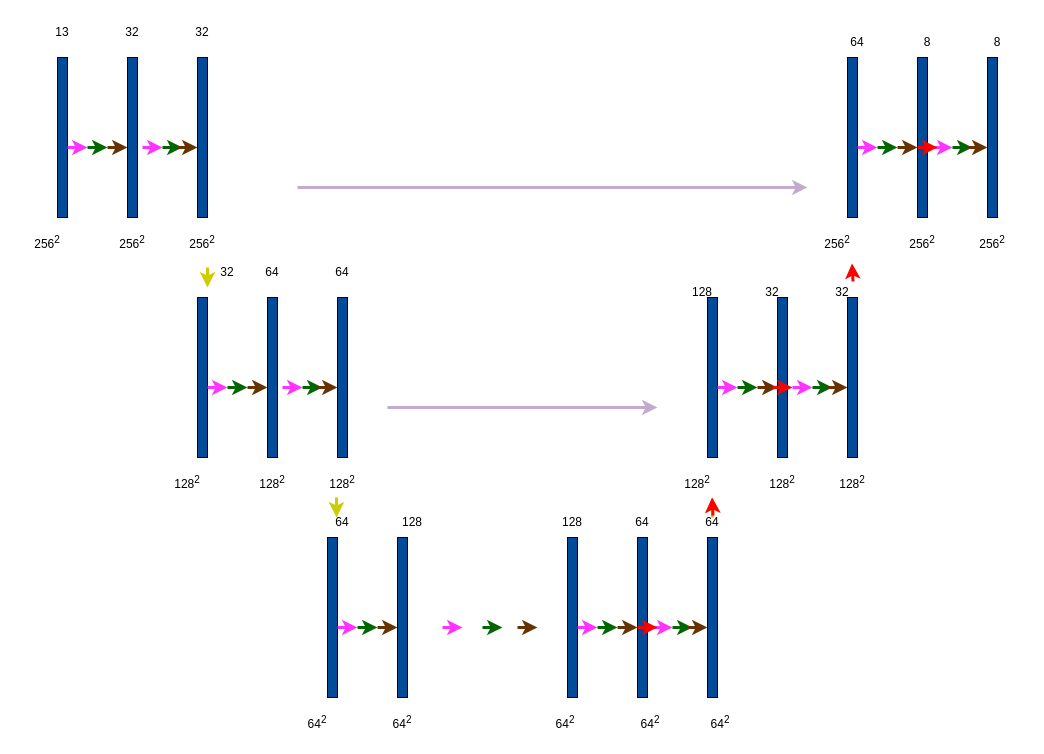
Above: Untitled Diagram.drawio in kkalkidan/landcovernet (draw.io), before the change. Source tidied: cells renumbered, new cells numbered last; positions are measured from the earlier drawing's top-left corner, leaving out a move shared by most shapes. Both pictures are drawn from the tidied source at 100%, with x=0, y=0 at pixel (17, 17).
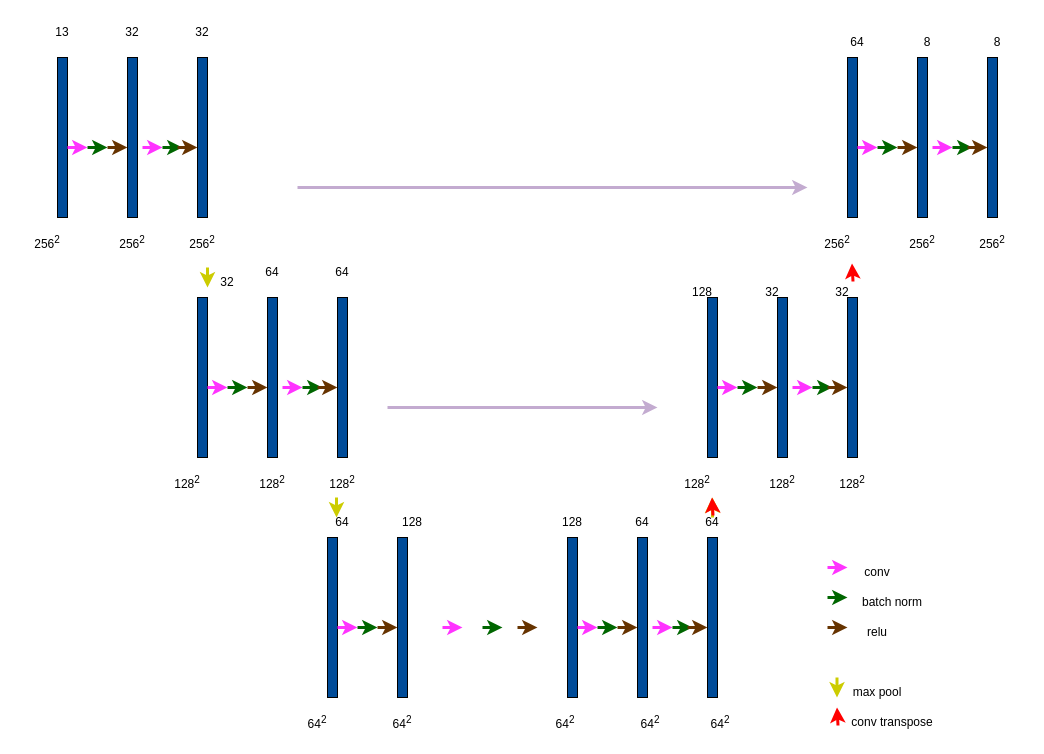
The same page after the edit.

The edit, as a diff of the source:
```diff
@@
     <mxCell id="72" value="32" style="text;html=1;strokeColor=none;fillColor=none;align=center;verticalAlign=middle;whiteSpace=wrap;rounded=0;" parent="1" vertex="1">
-      <mxGeometry x="180" y="240" width="60" height="30" as="geometry" />
+      <mxGeometry x="180" y="250" width="60" height="30" as="geometry" />
     </mxCell>
@@
-    <mxCell id="77" style="html=1;rounded=0;strokeColor=#FF0000;strokeWidth=3;fillColor=#00FF00;" parent="1" edge="1">
-      <mxGeometry relative="1" as="geometry">
-        <mxPoint x="755" y="370" as="sourcePoint" />
-        <mxPoint x="775" y="370" as="targetPoint" />
-      </mxGeometry>
-    </mxCell>
@@
-    <mxCell id="80" style="html=1;rounded=0;strokeColor=#FF0000;strokeWidth=3;fillColor=#00FF00;" parent="1" edge="1">
-      <mxGeometry relative="1" as="geometry">
-        <mxPoint x="900" y="130" as="sourcePoint" />
-        <mxPoint x="920" y="130" as="targetPoint" />
-      </mxGeometry>
-    </mxCell>
-    <mxCell id="81" style="html=1;rounded=0;strokeColor=#FF0000;strokeWidth=3;fillColor=#00FF00;" parent="1" edge="1">
-      <mxGeometry relative="1" as="geometry">
-        <mxPoint x="620" y="610" as="sourcePoint" />
-        <mxPoint x="640" y="610" as="targetPoint" />
-      </mxGeometry>
-    </mxCell>
@@
+    <mxCell id="99" style="html=1;rounded=0;strokeColor=#FF33FF;strokeWidth=3;fillColor=#00FF00;" parent="1" edge="1">
+      <mxGeometry relative="1" as="geometry">
+        <mxPoint x="810" y="550" as="sourcePoint" />
+        <mxPoint x="830" y="550" as="targetPoint" />
+      </mxGeometry>
+    </mxCell>
+    <mxCell id="100" style="html=1;rounded=0;strokeColor=#006600;strokeWidth=3;fillColor=#00FF00;" parent="1" edge="1">
+      <mxGeometry relative="1" as="geometry">
+        <mxPoint x="810" y="580" as="sourcePoint" />
+        <mxPoint x="830" y="580" as="targetPoint" />
+      </mxGeometry>
+    </mxCell>
+    <mxCell id="101" style="html=1;rounded=0;strokeColor=#663300;strokeWidth=3;fillColor=#00FF00;" parent="1" edge="1">
+      <mxGeometry relative="1" as="geometry">
+        <mxPoint x="810" y="610" as="sourcePoint" />
+        <mxPoint x="830" y="610" as="targetPoint" />
+      </mxGeometry>
+    </mxCell>
+    <mxCell id="102" style="html=1;rounded=0;strokeColor=#CCCC00;strokeWidth=3;fillColor=#00FF00;" parent="1" edge="1">
+      <mxGeometry relative="1" as="geometry">
+        <mxPoint x="819.5" y="660" as="sourcePoint" />
+        <mxPoint x="819.5" y="680" as="targetPoint" />
+      </mxGeometry>
+    </mxCell>
+    <mxCell id="103" value="conv" style="text;html=1;strokeColor=none;fillColor=none;align=center;verticalAlign=middle;whiteSpace=wrap;rounded=0;" parent="1" vertex="1">
+      <mxGeometry x="830" y="540" width="60" height="30" as="geometry" />
+    </mxCell>
+    <mxCell id="104" value="batch norm" style="text;html=1;strokeColor=none;fillColor=none;align=center;verticalAlign=middle;whiteSpace=wrap;rounded=0;" parent="1" vertex="1">
+      <mxGeometry x="830" y="570" width="90" height="30" as="geometry" />
+    </mxCell>
+    <mxCell id="105" value="relu" style="text;html=1;strokeColor=none;fillColor=none;align=center;verticalAlign=middle;whiteSpace=wrap;rounded=0;" parent="1" vertex="1">
+      <mxGeometry x="830" y="600" width="60" height="30" as="geometry" />
+    </mxCell>
+    <mxCell id="106" style="html=1;rounded=0;strokeColor=#FF0000;strokeWidth=3;fillColor=#00FF00;entryX=0.65;entryY=1.067;entryDx=0;entryDy=0;entryPerimeter=0;" parent="1" edge="1">
+      <mxGeometry relative="1" as="geometry">
+        <mxPoint x="820.5" y="708" as="sourcePoint" />
+        <mxPoint x="819.5" y="690" as="targetPoint" />
+      </mxGeometry>
+    </mxCell>
+    <mxCell id="107" value="max pool" style="text;html=1;strokeColor=none;fillColor=none;align=center;verticalAlign=middle;whiteSpace=wrap;rounded=0;" parent="1" vertex="1">
+      <mxGeometry x="830" y="660" width="60" height="30" as="geometry" />
+    </mxCell>
+    <mxCell id="108" value="conv transpose" style="text;html=1;strokeColor=none;fillColor=none;align=center;verticalAlign=middle;whiteSpace=wrap;rounded=0;" parent="1" vertex="1">
+      <mxGeometry x="820" y="690" width="110" height="30" as="geometry" />
+    </mxCell>
```
